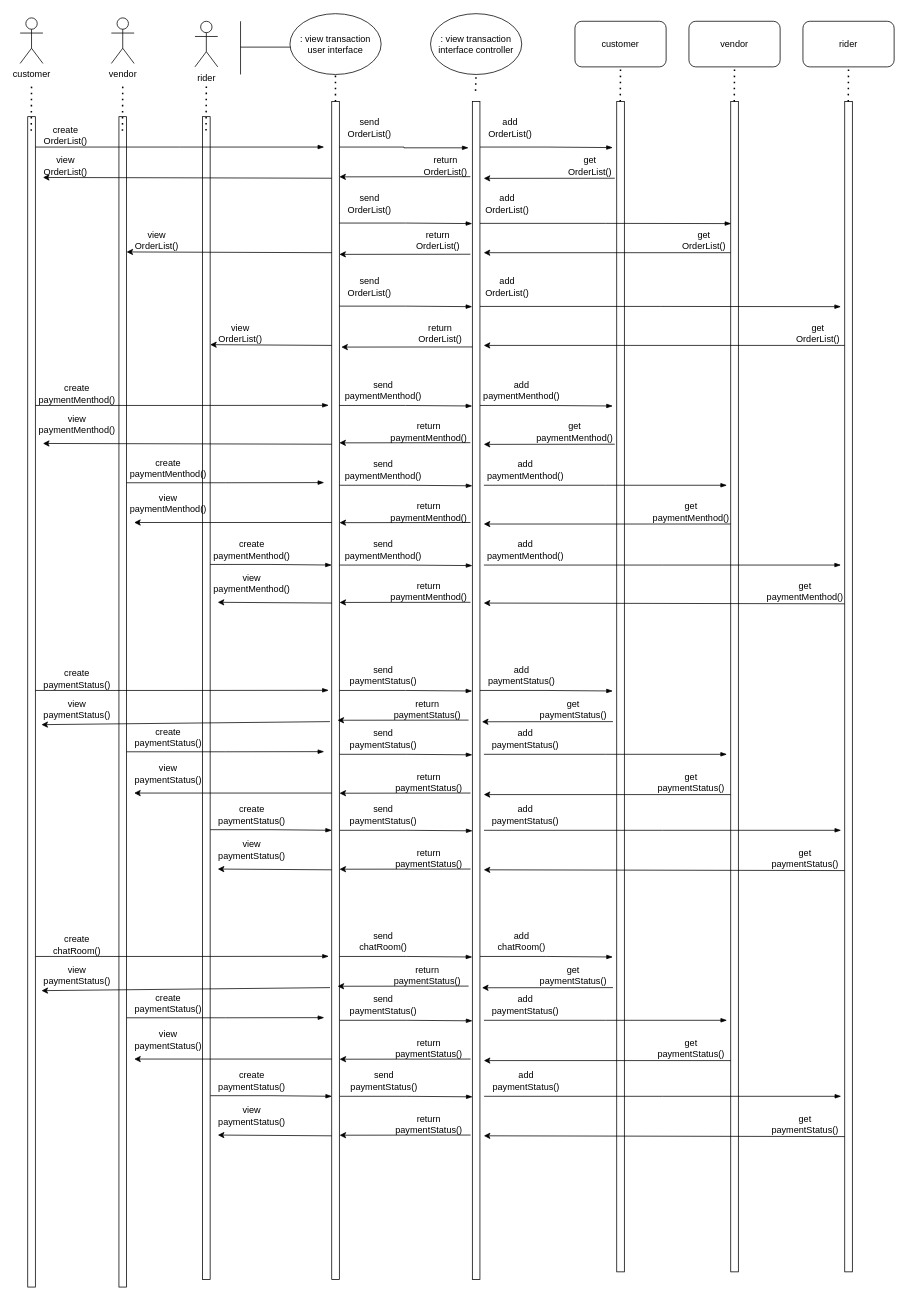
This is Sequence-Diagram-aliev.drawio from HORRYZONE/SAD, a draw.io file, before an edit. Source tidied: cells renumbered, new cells numbered last; positions are measured from the earlier drawing's top-left corner, leaving out a move shared by most shapes. Both pictures are drawn from the tidied source at 76%, with x=0, y=0 at pixel (20, 13).
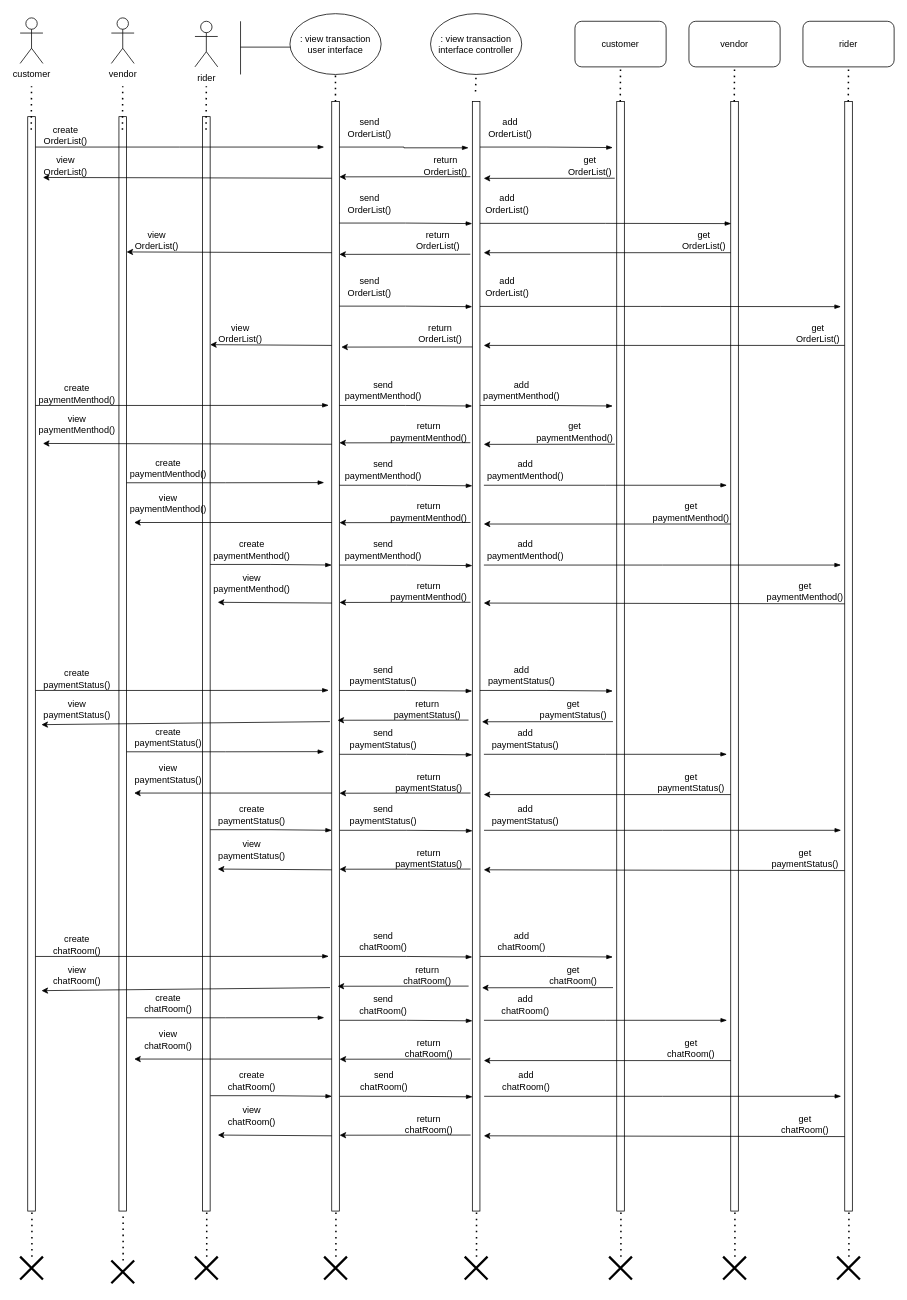
After the change.

The edit, as a diff of the source:
```diff
@@
     <mxCell id="5" style="html=1;perimeter=orthogonalPerimeter;" parent="1" vertex="1">
-      <mxGeometry x="785" y="116" width="10" height="1540" as="geometry" />
+      <mxGeometry x="785" y="116" width="10" height="1460" as="geometry" />
     </mxCell>
@@
     <mxCell id="14" style="html=1;perimeter=orthogonalPerimeter;" parent="1" vertex="1">
-      <mxGeometry x="935" y="116" width="10" height="1540" as="geometry" />
+      <mxGeometry x="935" y="116" width="10" height="1460" as="geometry" />
     </mxCell>
@@
     <mxCell id="16" style="html=1;perimeter=orthogonalPerimeter;" parent="1" vertex="1">
-      <mxGeometry x="1085" y="116" width="10" height="1540" as="geometry" />
+      <mxGeometry x="1085" y="116" width="10" height="1460" as="geometry" />
     </mxCell>
@@
     <mxCell id="18" style="html=1;points=[];perimeter=orthogonalPerimeter;" parent="1" vertex="1">
-      <mxGeometry x="410" y="116" width="10" height="1550" as="geometry" />
+      <mxGeometry x="410" y="116" width="10" height="1460" as="geometry" />
     </mxCell>
@@
     <mxCell id="20" style="html=1;points=[];perimeter=orthogonalPerimeter;" parent="1" vertex="1">
-      <mxGeometry x="595" y="116" width="10" height="1550" as="geometry" />
+      <mxGeometry x="595" y="116" width="10" height="1460" as="geometry" />
     </mxCell>
@@
     <mxCell id="22" style="html=1;points=[];perimeter=orthogonalPerimeter;" parent="1" vertex="1">
-      <mxGeometry x="10" y="136" width="10" height="1540" as="geometry" />
+      <mxGeometry x="10" y="136" width="10" height="1440" as="geometry" />
     </mxCell>
@@
     <mxCell id="24" style="html=1;points=[];perimeter=orthogonalPerimeter;" parent="1" vertex="1">
-      <mxGeometry x="130" y="136" width="10" height="1540" as="geometry" />
+      <mxGeometry x="130" y="136" width="10" height="1440" as="geometry" />
     </mxCell>
@@
     <mxCell id="26" style="html=1;points=[];perimeter=orthogonalPerimeter;" parent="1" vertex="1">
-      <mxGeometry x="240" y="136" width="10" height="1530" as="geometry" />
+      <mxGeometry x="240" y="136" width="10" height="1440" as="geometry" />
     </mxCell>
@@
-    <mxCell id="139" value="get paymentStatus()" style="text;html=1;strokeColor=none;fillColor=none;align=center;verticalAlign=middle;whiteSpace=wrap;rounded=0;" parent="1" vertex="1">
+    <mxCell id="139" value="get chatRoom()" style="text;html=1;strokeColor=none;fillColor=none;align=center;verticalAlign=middle;whiteSpace=wrap;rounded=0;" parent="1" vertex="1">
       <mxGeometry x="697.7" y="1251" width="60" height="30" as="geometry" />
     </mxCell>
@@
-    <mxCell id="141" value="return paymentStatus()" style="text;html=1;strokeColor=none;fillColor=none;align=center;verticalAlign=middle;whiteSpace=wrap;rounded=0;" parent="1" vertex="1">
+    <mxCell id="141" value="return chatRoom()" style="text;html=1;strokeColor=none;fillColor=none;align=center;verticalAlign=middle;whiteSpace=wrap;rounded=0;" parent="1" vertex="1">
       <mxGeometry x="505.7" y="1251" width="60" height="30" as="geometry" />
     </mxCell>
@@
-    <mxCell id="143" value="view paymentStatus()" style="text;html=1;strokeColor=none;fillColor=none;align=center;verticalAlign=middle;whiteSpace=wrap;rounded=0;" parent="1" vertex="1">
+    <mxCell id="143" value="view chatRoom()" style="text;html=1;strokeColor=none;fillColor=none;align=center;verticalAlign=middle;whiteSpace=wrap;rounded=0;" parent="1" vertex="1">
       <mxGeometry x="45.1" y="1251" width="60" height="30" as="geometry" />
     </mxCell>
@@
-    <mxCell id="145" value="send paymentStatus()" style="text;html=1;strokeColor=none;fillColor=none;align=center;verticalAlign=middle;whiteSpace=wrap;rounded=0;" parent="1" vertex="1">
+    <mxCell id="145" value="send chatRoom()" style="text;html=1;strokeColor=none;fillColor=none;align=center;verticalAlign=middle;whiteSpace=wrap;rounded=0;" parent="1" vertex="1">
       <mxGeometry x="448.3" y="1290" width="60" height="30" as="geometry" />
     </mxCell>
@@
-    <mxCell id="147" value="create paymentStatus()" style="text;html=1;strokeColor=none;fillColor=none;align=center;verticalAlign=middle;whiteSpace=wrap;rounded=0;" parent="1" vertex="1">
+    <mxCell id="147" value="create chatRoom()" style="text;html=1;strokeColor=none;fillColor=none;align=center;verticalAlign=middle;whiteSpace=wrap;rounded=0;" parent="1" vertex="1">
       <mxGeometry x="165.1" y="1287.5" width="60" height="30" as="geometry" />
     </mxCell>
@@
-    <mxCell id="149" value="add paymentStatus()" style="text;html=1;strokeColor=none;fillColor=none;align=center;verticalAlign=middle;whiteSpace=wrap;rounded=0;" parent="1" vertex="1">
+    <mxCell id="149" value="add chatRoom()" style="text;html=1;strokeColor=none;fillColor=none;align=center;verticalAlign=middle;whiteSpace=wrap;rounded=0;" parent="1" vertex="1">
       <mxGeometry x="635.3" y="1290" width="60" height="30" as="geometry" />
     </mxCell>
@@
-    <mxCell id="151" value="return paymentStatus()" style="text;html=1;strokeColor=none;fillColor=none;align=center;verticalAlign=middle;whiteSpace=wrap;rounded=0;" parent="1" vertex="1">
+    <mxCell id="151" value="return chatRoom()" style="text;html=1;strokeColor=none;fillColor=none;align=center;verticalAlign=middle;whiteSpace=wrap;rounded=0;" parent="1" vertex="1">
       <mxGeometry x="508.3" y="1347" width="60" height="30" as="geometry" />
     </mxCell>
@@
-    <mxCell id="153" value="get paymentStatus()" style="text;html=1;strokeColor=none;fillColor=none;align=center;verticalAlign=middle;whiteSpace=wrap;rounded=0;" parent="1" vertex="1">
+    <mxCell id="153" value="get chatRoom()" style="text;html=1;strokeColor=none;fillColor=none;align=center;verticalAlign=middle;whiteSpace=wrap;rounded=0;" parent="1" vertex="1">
       <mxGeometry x="852.7" y="1347" width="60" height="30" as="geometry" />
     </mxCell>
@@
-    <mxCell id="155" value="view paymentStatus()" style="text;html=1;strokeColor=none;fillColor=none;align=center;verticalAlign=middle;whiteSpace=wrap;rounded=0;" parent="1" vertex="1">
+    <mxCell id="155" value="view chatRoom()" style="text;html=1;strokeColor=none;fillColor=none;align=center;verticalAlign=middle;whiteSpace=wrap;rounded=0;" parent="1" vertex="1">
       <mxGeometry x="165.1" y="1336" width="60" height="30" as="geometry" />
     </mxCell>
@@
-    <mxCell id="157" value="send paymentStatus()" style="text;html=1;strokeColor=none;fillColor=none;align=center;verticalAlign=middle;whiteSpace=wrap;rounded=0;" parent="1" vertex="1">
+    <mxCell id="157" value="send chatRoom()" style="text;html=1;strokeColor=none;fillColor=none;align=center;verticalAlign=middle;whiteSpace=wrap;rounded=0;" parent="1" vertex="1">
       <mxGeometry x="448.5" y="1390" width="60" height="30" as="geometry" />
     </mxCell>
@@
-    <mxCell id="159" value="add paymentStatus()" style="text;html=1;strokeColor=none;fillColor=none;align=center;verticalAlign=middle;whiteSpace=wrap;rounded=0;" parent="1" vertex="1">
+    <mxCell id="159" value="add chatRoom()" style="text;html=1;strokeColor=none;fillColor=none;align=center;verticalAlign=middle;whiteSpace=wrap;rounded=0;" parent="1" vertex="1">
       <mxGeometry x="635.5" y="1390" width="60" height="30" as="geometry" />
     </mxCell>
@@
-    <mxCell id="161" value="create paymentStatus()" style="text;html=1;strokeColor=none;fillColor=none;align=center;verticalAlign=middle;whiteSpace=wrap;rounded=0;" parent="1" vertex="1">
+    <mxCell id="161" value="create chatRoom()" style="text;html=1;strokeColor=none;fillColor=none;align=center;verticalAlign=middle;whiteSpace=wrap;rounded=0;" parent="1" vertex="1">
       <mxGeometry x="275.3" y="1390" width="60" height="30" as="geometry" />
     </mxCell>
@@
-    <mxCell id="163" value="return paymentStatus()" style="text;html=1;strokeColor=none;fillColor=none;align=center;verticalAlign=middle;whiteSpace=wrap;rounded=0;" parent="1" vertex="1">
+    <mxCell id="163" value="return chatRoom()" style="text;html=1;strokeColor=none;fillColor=none;align=center;verticalAlign=middle;whiteSpace=wrap;rounded=0;" parent="1" vertex="1">
       <mxGeometry x="508.3" y="1447" width="60" height="30" as="geometry" />
     </mxCell>
@@
-    <mxCell id="165" value="get paymentStatus()" style="text;html=1;strokeColor=none;fillColor=none;align=center;verticalAlign=middle;whiteSpace=wrap;rounded=0;" parent="1" vertex="1">
+    <mxCell id="165" value="get chatRoom()" style="text;html=1;strokeColor=none;fillColor=none;align=center;verticalAlign=middle;whiteSpace=wrap;rounded=0;" parent="1" vertex="1">
       <mxGeometry x="1002.7" y="1447" width="60" height="30" as="geometry" />
     </mxCell>
@@
-    <mxCell id="167" value="view paymentStatus()" style="text;html=1;strokeColor=none;fillColor=none;align=center;verticalAlign=middle;whiteSpace=wrap;rounded=0;" parent="1" vertex="1">
+    <mxCell id="167" value="view chatRoom()" style="text;html=1;strokeColor=none;fillColor=none;align=center;verticalAlign=middle;whiteSpace=wrap;rounded=0;" parent="1" vertex="1">
       <mxGeometry x="275.1" y="1436" width="60" height="30" as="geometry" />
     </mxCell>
+    <mxCell id="168" style="endArrow=none;dashed=1;html=1;dashPattern=1 3;strokeWidth=2;rounded=0;" parent="1" edge="1">
+      <mxGeometry relative="1" as="geometry">
+        <mxPoint x="15.5" y="1636" as="sourcePoint" />
+        <mxPoint x="15.5" y="1576" as="targetPoint" />
+      </mxGeometry>
+    </mxCell>
+    <mxCell id="169" style="shape=umlDestroy;whiteSpace=wrap;html=1;strokeWidth=3;" parent="1" vertex="1">
+      <mxGeometry y="1636" width="30" height="30" as="geometry" />
+    </mxCell>
+    <mxCell id="170" style="endArrow=none;dashed=1;html=1;dashPattern=1 3;strokeWidth=2;rounded=0;" parent="1" edge="1">
+      <mxGeometry relative="1" as="geometry">
+        <mxPoint x="135.5" y="1641" as="sourcePoint" />
+        <mxPoint x="135.5" y="1581" as="targetPoint" />
+      </mxGeometry>
+    </mxCell>
+    <mxCell id="171" style="shape=umlDestroy;whiteSpace=wrap;html=1;strokeWidth=3;" parent="1" vertex="1">
+      <mxGeometry x="120" y="1641" width="30" height="30" as="geometry" />
+    </mxCell>
+    <mxCell id="172" style="endArrow=none;dashed=1;html=1;dashPattern=1 3;strokeWidth=2;rounded=0;" parent="1" edge="1">
+      <mxGeometry relative="1" as="geometry">
+        <mxPoint x="245.5" y="1636" as="sourcePoint" />
+        <mxPoint x="245.5" y="1576" as="targetPoint" />
+      </mxGeometry>
+    </mxCell>
+    <mxCell id="173" style="shape=umlDestroy;whiteSpace=wrap;html=1;strokeWidth=3;" parent="1" vertex="1">
+      <mxGeometry x="230" y="1636" width="30" height="30" as="geometry" />
+    </mxCell>
+    <mxCell id="174" style="endArrow=none;dashed=1;html=1;dashPattern=1 3;strokeWidth=2;rounded=0;" parent="1" edge="1">
+      <mxGeometry relative="1" as="geometry">
+        <mxPoint x="415.5" y="1636" as="sourcePoint" />
+        <mxPoint x="415.5" y="1576" as="targetPoint" />
+      </mxGeometry>
+    </mxCell>
+    <mxCell id="175" style="shape=umlDestroy;whiteSpace=wrap;html=1;strokeWidth=3;" parent="1" vertex="1">
+      <mxGeometry x="400" y="1636" width="30" height="30" as="geometry" />
+    </mxCell>
+    <mxCell id="176" style="endArrow=none;dashed=1;html=1;dashPattern=1 3;strokeWidth=2;rounded=0;" parent="1" edge="1">
+      <mxGeometry relative="1" as="geometry">
+        <mxPoint x="600.5" y="1636" as="sourcePoint" />
+        <mxPoint x="600.5" y="1576" as="targetPoint" />
+      </mxGeometry>
+    </mxCell>
+    <mxCell id="177" style="shape=umlDestroy;whiteSpace=wrap;html=1;strokeWidth=3;" parent="1" vertex="1">
+      <mxGeometry x="585" y="1636" width="30" height="30" as="geometry" />
+    </mxCell>
+    <mxCell id="178" style="endArrow=none;dashed=1;html=1;dashPattern=1 3;strokeWidth=2;rounded=0;" parent="1" edge="1">
+      <mxGeometry relative="1" as="geometry">
+        <mxPoint x="790.5" y="1636" as="sourcePoint" />
+        <mxPoint x="790.5" y="1576" as="targetPoint" />
+      </mxGeometry>
+    </mxCell>
+    <mxCell id="179" style="shape=umlDestroy;whiteSpace=wrap;html=1;strokeWidth=3;" parent="1" vertex="1">
+      <mxGeometry x="775" y="1636" width="30" height="30" as="geometry" />
+    </mxCell>
+    <mxCell id="180" style="endArrow=none;dashed=1;html=1;dashPattern=1 3;strokeWidth=2;rounded=0;" parent="1" edge="1">
+      <mxGeometry relative="1" as="geometry">
+        <mxPoint x="940.5" y="1636" as="sourcePoint" />
+        <mxPoint x="940.5" y="1576" as="targetPoint" />
+      </mxGeometry>
+    </mxCell>
+    <mxCell id="181" style="shape=umlDestroy;whiteSpace=wrap;html=1;strokeWidth=3;" parent="1" vertex="1">
+      <mxGeometry x="925" y="1636" width="30" height="30" as="geometry" />
+    </mxCell>
+    <mxCell id="182" style="endArrow=none;dashed=1;html=1;dashPattern=1 3;strokeWidth=2;rounded=0;" parent="1" edge="1">
+      <mxGeometry relative="1" as="geometry">
+        <mxPoint x="1090.5" y="1636" as="sourcePoint" />
+        <mxPoint x="1090.5" y="1576" as="targetPoint" />
+      </mxGeometry>
+    </mxCell>
+    <mxCell id="183" style="shape=umlDestroy;whiteSpace=wrap;html=1;strokeWidth=3;" parent="1" vertex="1">
+      <mxGeometry x="1075" y="1636" width="30" height="30" as="geometry" />
+    </mxCell>
```
